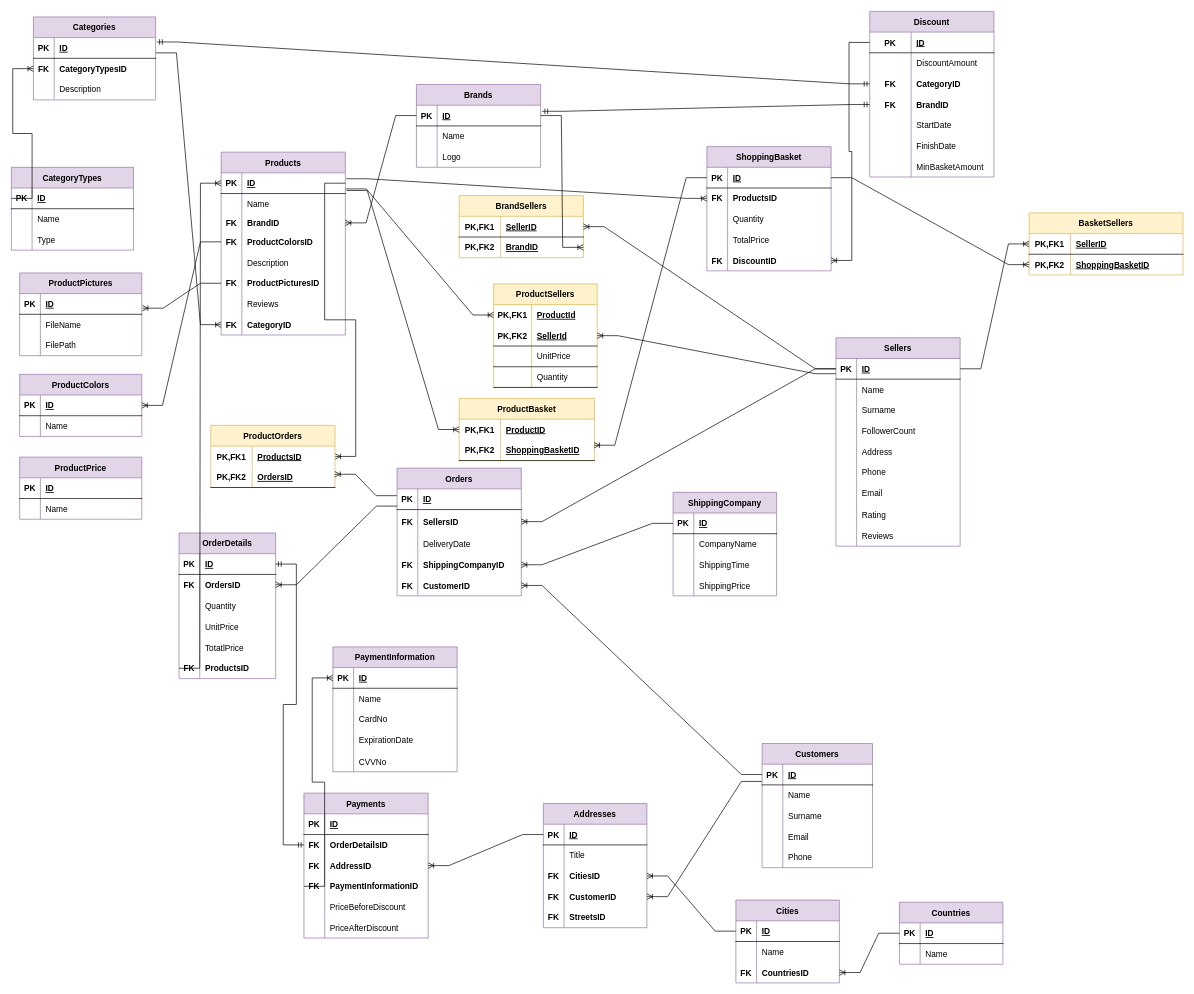
The draw.io diagram Son.drawio in HandeYetisen/Python, before the edit. Source tidied: cells renumbered, new cells numbered last; positions are measured from the earlier drawing's top-left corner, leaving out a move shared by most shapes. Both pictures are drawn from the tidied source at 69%, with x=0, y=0 at pixel (11, 11).
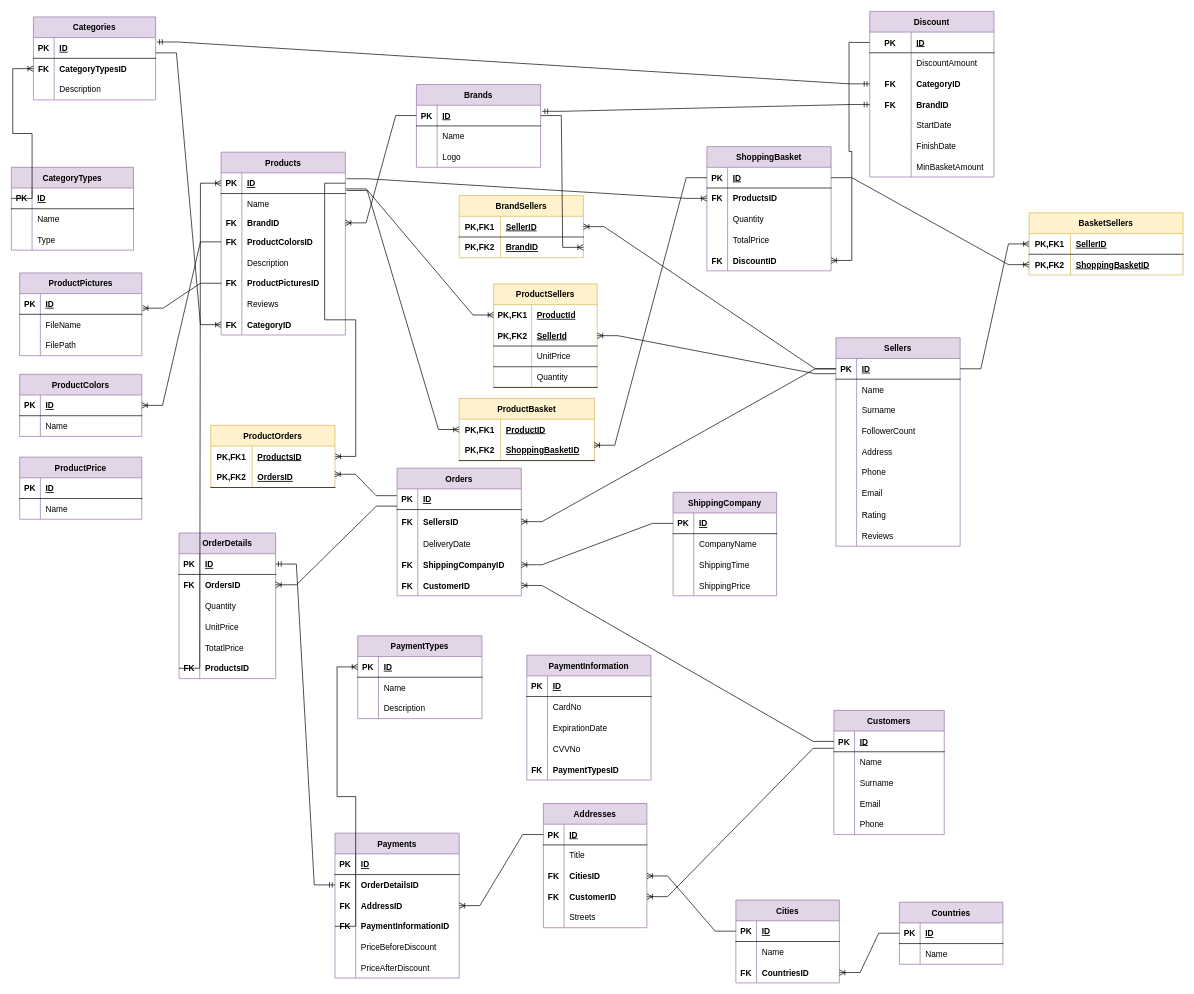
Above is the later version.

The change refers to these unchanged cells:
```xml
<mxCell id="67" style="shape=tableRow;horizontal=0;startSize=0;swimlaneHead=0;swimlaneBody=0;fillColor=none;top=0;left=0;right=0;bottom=0;" parent="53" vertex="1">
  <mxGeometry y="150" width="150" height="30" as="geometry" />
</mxCell>
<mxCell id="240" style="shape=tableRow;horizontal=0;startSize=0;swimlaneHead=0;swimlaneBody=0;fillColor=none;top=0;left=0;right=0;bottom=0;" parent="233" vertex="1">
  <mxGeometry y="90" width="180" height="30" as="geometry" />
</mxCell>
```

Change to the diagram source:
```diff
@@
     <mxCell id="37" value="Customers" style="shape=table;startSize=30;childLayout=tableLayout;rowLines=0;fontStyle=1;align=center;fillColor=#e1d5e7;strokeColor=#9673a6;" parent="1" vertex="1">
-      <mxGeometry x="1088" y="1061" width="160" height="180" as="geometry" />
+      <mxGeometry x="1192" y="1013" width="160" height="180" as="geometry" />
     </mxCell>
@@
-    <mxCell id="68" value="FK" style="shape=partialRectangle;fillColor=none;top=0;left=0;bottom=0;right=0;overflow=hidden;fontStyle=1;" parent="67" vertex="1">
+    <mxCell id="68" style="shape=partialRectangle;fillColor=none;top=0;left=0;bottom=0;right=0;overflow=hidden;fontStyle=1;" parent="67" vertex="1">
       <mxGeometry width="30" height="30" as="geometry" />
     </mxCell>
-    <mxCell id="69" value="StreetsID" style="shape=partialRectangle;fillColor=none;top=0;left=0;bottom=0;right=0;align=left;spacingLeft=6;overflow=hidden;fontStyle=1;" parent="67" vertex="1">
+    <mxCell id="69" value="Streets" style="shape=partialRectangle;fillColor=none;top=0;left=0;bottom=0;right=0;align=left;spacingLeft=6;overflow=hidden;fontStyle=0;" parent="67" vertex="1">
       <mxGeometry x="30" width="120" height="30" as="geometry" />
     </mxCell>
@@
     <mxCell id="214" value="Payments" style="shape=table;startSize=30;childLayout=tableLayout;rowLines=0;fontStyle=1;align=center;fillColor=#e1d5e7;strokeColor=#9673a6;" parent="1" vertex="1">
-      <mxGeometry x="424" y="1133" width="180" height="210" as="geometry" />
+      <mxGeometry x="469" y="1191" width="180" height="210" as="geometry" />
     </mxCell>
@@
-    <mxCell id="233" value="PaymentInformation" style="shape=table;startSize=30;childLayout=tableLayout;rowLines=0;fontStyle=1;align=center;fillColor=#e1d5e7;strokeColor=#9673a6;" parent="1" vertex="1">
-      <mxGeometry x="466" y="921" width="180" height="181" as="geometry" />
+    <mxCell id="233" value="PaymentTypes" style="shape=table;startSize=30;childLayout=tableLayout;rowLines=0;fontStyle=1;align=center;fillColor=#e1d5e7;strokeColor=#9673a6;" parent="1" vertex="1">
+      <mxGeometry x="502" y="905" width="180" height="120" as="geometry" />
     </mxCell>
@@
-    <mxCell id="242" value="CardNo" style="shape=partialRectangle;fillColor=none;top=0;left=0;bottom=0;right=0;align=left;spacingLeft=6;overflow=hidden;fontStyle=0;" parent="240" vertex="1">
+    <mxCell id="242" value="Description" style="shape=partialRectangle;fillColor=none;top=0;left=0;bottom=0;right=0;align=left;spacingLeft=6;overflow=hidden;fontStyle=0;" parent="240" vertex="1">
       <mxGeometry x="30" width="150" height="30" as="geometry" />
     </mxCell>
-    <mxCell id="243" style="shape=tableRow;horizontal=0;startSize=0;swimlaneHead=0;swimlaneBody=0;fillColor=none;top=0;left=0;right=0;bottom=0;" parent="233" vertex="1">
-      <mxGeometry y="120" width="180" height="31" as="geometry" />
-    </mxCell>
-    <mxCell id="244" style="shape=partialRectangle;fillColor=none;top=0;left=0;bottom=0;right=0;overflow=hidden;fontStyle=1;" parent="243" vertex="1">
-      <mxGeometry width="30" height="31" as="geometry" />
-    </mxCell>
-    <mxCell id="245" value="ExpirationDate" style="shape=partialRectangle;fillColor=none;top=0;left=0;bottom=0;right=0;align=left;spacingLeft=6;overflow=hidden;fontStyle=0;" parent="243" vertex="1">
-      <mxGeometry x="30" width="150" height="31" as="geometry" />
-    </mxCell>
-    <mxCell id="246" style="shape=tableRow;horizontal=0;startSize=0;swimlaneHead=0;swimlaneBody=0;fillColor=none;top=0;left=0;right=0;bottom=0;" parent="233" vertex="1">
-      <mxGeometry y="151" width="180" height="30" as="geometry" />
-    </mxCell>
-    <mxCell id="247" style="shape=partialRectangle;fillColor=none;top=0;left=0;bottom=0;right=0;overflow=hidden;fontStyle=1;" parent="246" vertex="1">
-      <mxGeometry width="30" height="30" as="geometry" />
-    </mxCell>
-    <mxCell id="248" value="CVVNo" style="shape=partialRectangle;fillColor=none;top=0;left=0;bottom=0;right=0;align=left;spacingLeft=6;overflow=hidden;fontStyle=0;" parent="246" vertex="1">
-      <mxGeometry x="30" width="150" height="30" as="geometry" />
-    </mxCell>
@@
+    <mxCell id="353" value="PaymentInformation" style="shape=table;startSize=30;childLayout=tableLayout;rowLines=0;fontStyle=1;align=center;fillColor=#e1d5e7;strokeColor=#9673a6;" parent="1" vertex="1">
+      <mxGeometry x="747" y="933" width="180" height="181" as="geometry" />
+    </mxCell>
+    <mxCell id="354" style="shape=tableRow;horizontal=0;startSize=0;swimlaneHead=0;swimlaneBody=0;fillColor=none;top=0;left=0;right=0;bottom=1;" parent="353" vertex="1">
+      <mxGeometry y="30" width="180" height="30" as="geometry" />
+    </mxCell>
+    <mxCell id="355" value="PK" style="shape=partialRectangle;fillColor=none;top=0;left=0;bottom=0;right=0;fontStyle=1;overflow=hidden;" parent="354" vertex="1">
+      <mxGeometry width="30" height="30" as="geometry" />
+    </mxCell>
+    <mxCell id="356" value="ID" style="shape=partialRectangle;fillColor=none;top=0;left=0;bottom=0;right=0;align=left;spacingLeft=6;fontStyle=5;overflow=hidden;" parent="354" vertex="1">
+      <mxGeometry x="30" width="150" height="30" as="geometry" />
+    </mxCell>
+    <mxCell id="357" style="shape=tableRow;horizontal=0;startSize=0;swimlaneHead=0;swimlaneBody=0;fillColor=none;top=0;left=0;right=0;bottom=0;" parent="353" vertex="1">
+      <mxGeometry y="60" width="180" height="31" as="geometry" />
+    </mxCell>
+    <mxCell id="244" style="shape=partialRectangle;fillColor=none;top=0;left=0;bottom=0;right=0;overflow=hidden;fontStyle=1;" parent="357" vertex="1">
+      <mxGeometry width="30" height="31" as="geometry" />
+    </mxCell>
+    <mxCell id="358" value="CardNo" style="shape=partialRectangle;fillColor=none;top=0;left=0;bottom=0;right=0;align=left;spacingLeft=6;overflow=hidden;fontStyle=0;" parent="357" vertex="1">
+      <mxGeometry x="30" width="150" height="31" as="geometry" />
+    </mxCell>
+    <mxCell id="359" style="shape=tableRow;horizontal=0;startSize=0;swimlaneHead=0;swimlaneBody=0;fillColor=none;top=0;left=0;right=0;bottom=0;" parent="353" vertex="1">
+      <mxGeometry y="91" width="180" height="30" as="geometry" />
+    </mxCell>
+    <mxCell id="360" style="shape=partialRectangle;fillColor=none;top=0;left=0;bottom=0;right=0;overflow=hidden;fontStyle=1;" parent="359" vertex="1">
+      <mxGeometry width="30" height="30" as="geometry" />
+    </mxCell>
+    <mxCell id="245" value="ExpirationDate" style="shape=partialRectangle;fillColor=none;top=0;left=0;bottom=0;right=0;align=left;spacingLeft=6;overflow=hidden;fontStyle=0;" parent="359" vertex="1">
+      <mxGeometry x="30" width="150" height="30" as="geometry" />
+    </mxCell>
+    <mxCell id="361" style="shape=tableRow;horizontal=0;startSize=0;swimlaneHead=0;swimlaneBody=0;fillColor=none;top=0;left=0;right=0;bottom=0;" parent="353" vertex="1">
+      <mxGeometry y="121" width="180" height="30" as="geometry" />
+    </mxCell>
+    <mxCell id="362" style="shape=partialRectangle;fillColor=none;top=0;left=0;bottom=0;right=0;overflow=hidden;fontStyle=1;" parent="361" vertex="1">
+      <mxGeometry width="30" height="30" as="geometry" />
+    </mxCell>
+    <mxCell id="248" value="CVVNo" style="shape=partialRectangle;fillColor=none;top=0;left=0;bottom=0;right=0;align=left;spacingLeft=6;overflow=hidden;fontStyle=0;" parent="361" vertex="1">
+      <mxGeometry x="30" width="150" height="30" as="geometry" />
+    </mxCell>
+    <mxCell id="246" style="shape=tableRow;horizontal=0;startSize=0;swimlaneHead=0;swimlaneBody=0;fillColor=none;top=0;left=0;right=0;bottom=0;" parent="353" vertex="1">
+      <mxGeometry y="151" width="180" height="30" as="geometry" />
+    </mxCell>
+    <mxCell id="363" value="FK" style="shape=partialRectangle;fillColor=none;top=0;left=0;bottom=0;right=0;overflow=hidden;fontStyle=1;" parent="246" vertex="1">
+      <mxGeometry width="30" height="30" as="geometry" />
+    </mxCell>
+    <mxCell id="364" value="PaymentTypesID" style="shape=partialRectangle;fillColor=none;top=0;left=0;bottom=0;right=0;align=left;spacingLeft=6;overflow=hidden;fontStyle=1;" parent="246" vertex="1">
+      <mxGeometry x="30" width="150" height="30" as="geometry" />
+    </mxCell>
```
